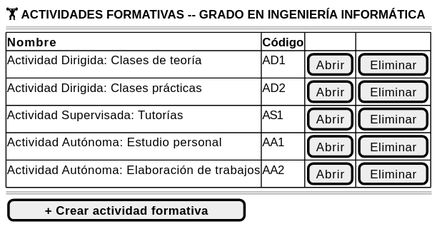
This is images/RUP/01-requisitos/03-detalle-casos-uso/abrirActividadesFormativas/wireframe.svg from mmasias/pyCeldaPublico, a PlantUML export, as it was before one commit. Its diagram source:
```plantuml
@startsalt abrirActividadesFormativas-wireframe
{
    <b>🏋️ ACTIVIDADES FORMATIVAS -- GRADO EN INGENIERÍA INFORMÁTICA</b>
    ====
    {#
        <b>Nombre | <b>Código | . | .
        Actividad Dirigida: Clases de teoría | AD1 | [Abrir] | [Eliminar]
        Actividad Dirigida: Clases prácticas | AD2 | [Abrir] | [Eliminar]
        Actividad Supervisada: Tutorías | AS1 | [Abrir] | [Eliminar]
        Actividad Autónoma: Estudio personal | AA1 | [Abrir] | [Eliminar]
        Actividad Autónoma: Elaboración de trabajos | AA2 | [Abrir] | [Eliminar]
    }
    ====
    [ <b>+ Crear actividad formativa</b> ]
}
@endsalt
```
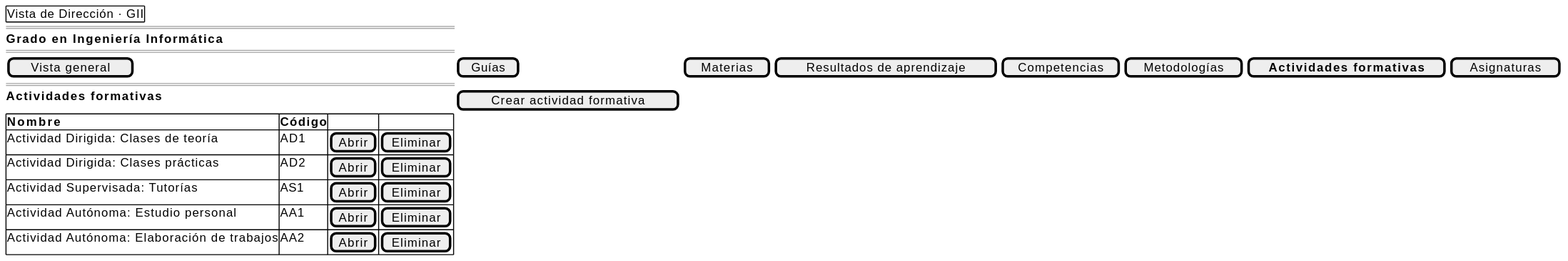
Later version of the same file.

The edit, as a diff of the source:
```diff
@@ -1,7 +1,12 @@
 @startsalt abrirActividadesFormativas-wireframe
 {
-    <b>🏋️ ACTIVIDADES FORMATIVAS -- GRADO EN INGENIERÍA INFORMÁTICA</b>
+    {+ Vista de Dirección · GII }
     ====
+    <b>Grado en Ingeniería Informática</b>
+    ====
+    [ Vista general ] | [ Guías ] | [ Materias ] | [ Resultados de aprendizaje ] | [ Competencias ] | [ Metodologías ] | [ <b>Actividades formativas</b> ] | [ Asignaturas ]
+    ====
+    <b>Actividades formativas</b> | [ Crear actividad formativa ]
     {#
         <b>Nombre | <b>Código | . | .
         Actividad Dirigida: Clases de teoría | AD1 | [Abrir] | [Eliminar]
@@ -10,7 +15,5 @@
         Actividad Autónoma: Estudio personal | AA1 | [Abrir] | [Eliminar]
         Actividad Autónoma: Elaboración de trabajos | AA2 | [Abrir] | [Eliminar]
     }
-    ====
-    [ <b>+ Crear actividad formativa</b> ]
 }
 @endsalt
```
